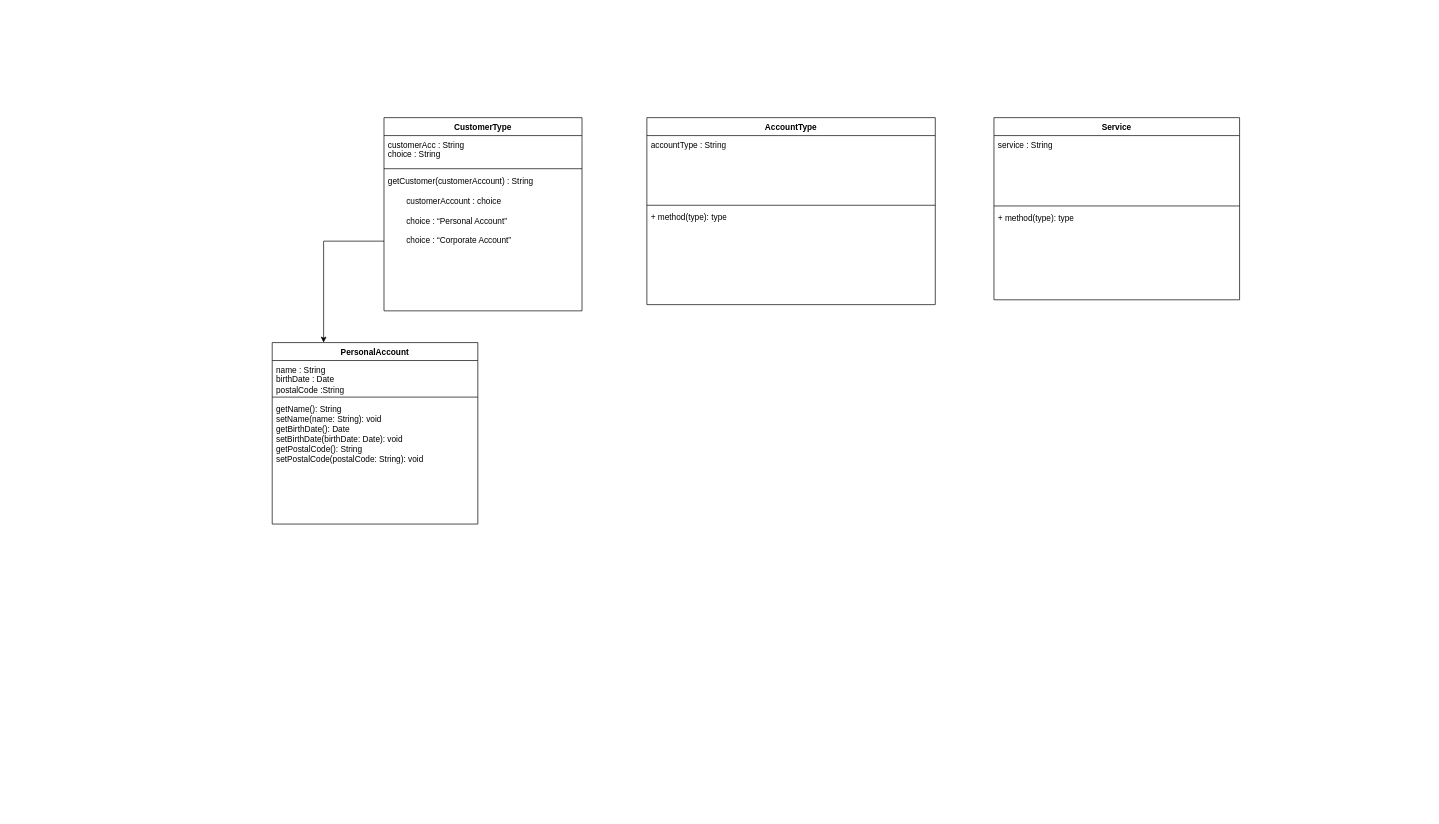
JaredKirsch20/JaredsICSAssignment3 keeps this draw.io diagram as KirschJA3.drawio. Above is the earlier version. Source tidied: cells renumbered, new cells numbered last; positions are measured from the earlier drawing's top-left corner, leaving out a move shared by most shapes. Both pictures are drawn from the tidied source at 69%, with x=0, y=0 at pixel (272, 117).
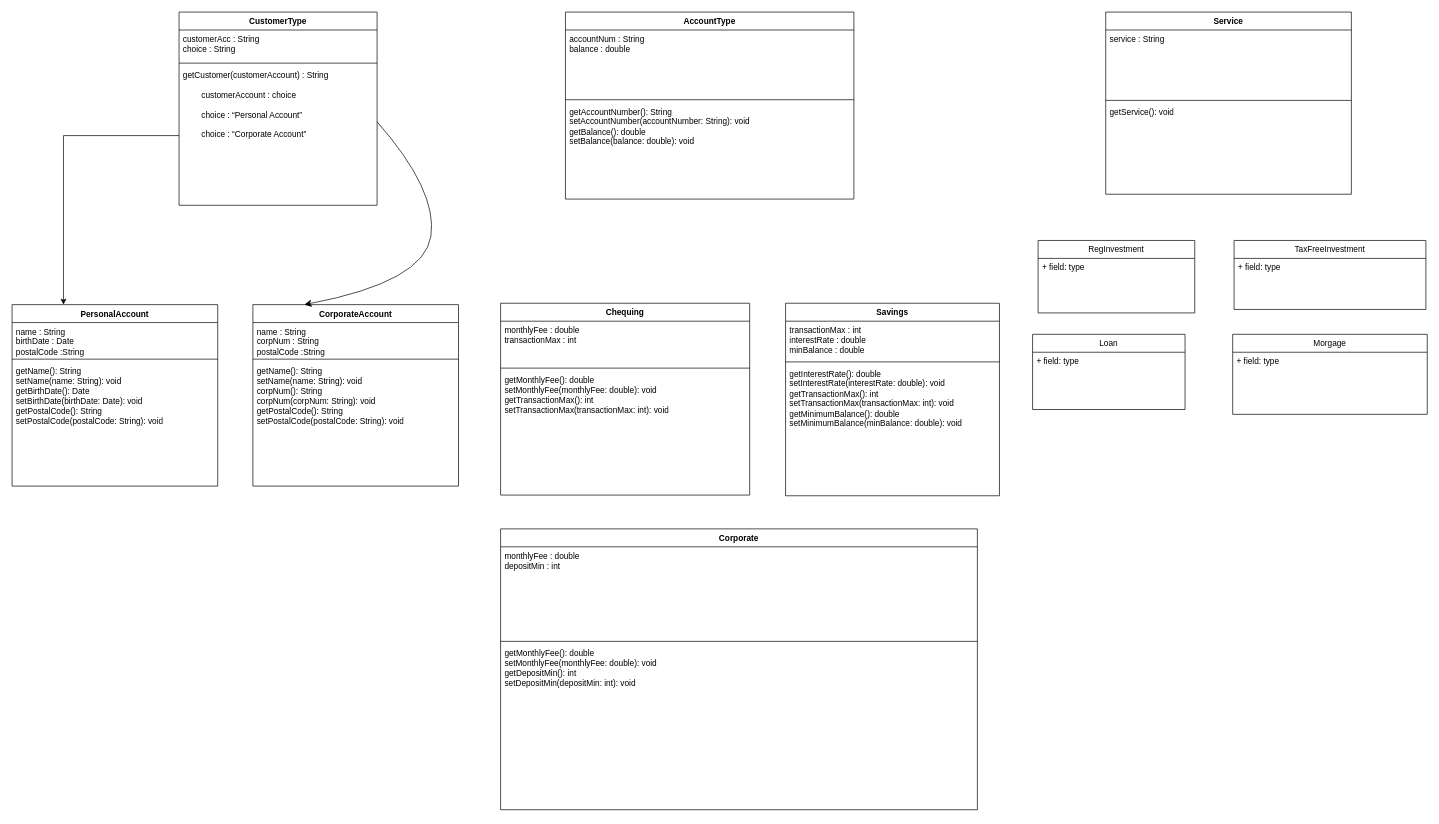
After the change.

The change refers to these unchanged cells:
```xml
<mxCell id="5" value="getCustomer(customerAccount) : String&lt;div&gt;&lt;br&gt;&lt;/div&gt;&lt;div&gt;&lt;span style=&quot;white-space: pre;&quot;&gt;&#9;&lt;/span&gt;customerAccount : choice&lt;/div&gt;&lt;div&gt;&lt;span style=&quot;white-space: pre;&quot;&gt;&#9;&lt;/span&gt;&lt;br&gt;&lt;/div&gt;&lt;div&gt;&lt;span style=&quot;white-space: pre;&quot;&gt;&#9;choice : “Personal Account”&lt;/span&gt;&lt;br&gt;&lt;/div&gt;&lt;div&gt;&lt;span style=&quot;white-space: pre;&quot;&gt;&lt;span style=&quot;white-space: pre;&quot;&gt;&#9;&lt;/span&gt;&lt;br&gt;&lt;/span&gt;&lt;/div&gt;&lt;div&gt;&lt;span style=&quot;white-space: pre;&quot;&gt;&lt;span style=&quot;white-space: pre;&quot;&gt;&#9;choice : “Corporate Account”&lt;/span&gt;&lt;/span&gt;&lt;/div&gt;&lt;div&gt;&lt;br&gt;&lt;/div&gt;&lt;div&gt;&lt;br&gt;&lt;/div&gt;" style="text;strokeColor=none;fillColor=none;align=left;verticalAlign=top;spacingLeft=4;spacingRight=4;overflow=hidden;points=[[0,0.5],[1,0.5]];portConstraint=eastwest;whiteSpace=wrap;html=1;" parent="2" vertex="1">
  <mxGeometry y="78" width="287" height="202" as="geometry" />
</mxCell>
```

The edit, as a diff of the source:
```diff
@@
     <mxCell id="2" value="CustomerType" style="swimlane;fontStyle=1;align=center;verticalAlign=top;horizontal=1;startSize=26;whiteSpace=wrap;html=1;" parent="1" vertex="1">
-      <mxGeometry x="162" width="287" height="280" as="geometry" />
+      <mxGeometry x="-135" y="-153" width="287" height="280" as="geometry" />
     </mxCell>
@@
     <mxCell id="6" value="AccountType" style="swimlane;fontStyle=1;align=center;verticalAlign=top;horizontal=1;startSize=26;whiteSpace=wrap;html=1;" parent="1" vertex="1">
-      <mxGeometry x="543" width="418" height="271" as="geometry" />
+      <mxGeometry x="425" y="-153" width="418" height="271" as="geometry" />
     </mxCell>
-    <mxCell id="7" value="accountType : String" style="text;strokeColor=none;fillColor=none;align=left;verticalAlign=top;spacingLeft=4;spacingRight=4;overflow=hidden;whiteSpace=wrap;html=1;" parent="6" vertex="1">
+    <mxCell id="7" value="accountNum : String&lt;div&gt;balance : double&lt;/div&gt;" style="text;strokeColor=none;fillColor=none;align=left;verticalAlign=top;spacingLeft=4;spacingRight=4;overflow=hidden;whiteSpace=wrap;html=1;" parent="6" vertex="1">
       <mxGeometry y="26" width="418" height="97" as="geometry" />
     </mxCell>
@@
-    <mxCell id="9" value="+ method(type): type" style="text;strokeColor=none;fillColor=none;align=left;verticalAlign=top;spacingLeft=4;spacingRight=4;overflow=hidden;whiteSpace=wrap;html=1;" parent="6" vertex="1">
+    <mxCell id="9" value="getAccountNumber(): String&amp;nbsp;&lt;div&gt;setAccountNumber(accountNumber: String): void&amp;nbsp;&lt;/div&gt;&lt;div&gt;getBalance(): double&amp;nbsp;&lt;/div&gt;&lt;div&gt;setBalance(balance: double): void&lt;/div&gt;" style="text;strokeColor=none;fillColor=none;align=left;verticalAlign=top;spacingLeft=4;spacingRight=4;overflow=hidden;whiteSpace=wrap;html=1;" parent="6" vertex="1">
       <mxGeometry y="131" width="418" height="140" as="geometry" />
     </mxCell>
     <mxCell id="10" value="Service" style="swimlane;fontStyle=1;align=center;verticalAlign=top;horizontal=1;startSize=26;whiteSpace=wrap;html=1;" parent="1" vertex="1">
-      <mxGeometry x="1046" width="356" height="264" as="geometry" />
+      <mxGeometry x="1208" y="-153" width="356" height="264" as="geometry" />
     </mxCell>
@@
-    <mxCell id="13" value="+ method(type): type" style="text;strokeColor=none;fillColor=none;align=left;verticalAlign=top;spacingLeft=4;spacingRight=4;overflow=hidden;whiteSpace=wrap;html=1;" parent="10" vertex="1">
+    <mxCell id="13" value="getService(): void" style="text;strokeColor=none;fillColor=none;align=left;verticalAlign=top;spacingLeft=4;spacingRight=4;overflow=hidden;whiteSpace=wrap;html=1;" parent="10" vertex="1">
       <mxGeometry y="132" width="356" height="132" as="geometry" />
     </mxCell>
     <mxCell id="14" value="PersonalAccount" style="swimlane;fontStyle=1;align=center;verticalAlign=top;horizontal=1;startSize=26;whiteSpace=wrap;html=1;" parent="1" vertex="1">
-      <mxGeometry y="326" width="298" height="263" as="geometry" />
+      <mxGeometry x="-377" y="271" width="298" height="263" as="geometry" />
     </mxCell>
@@
+    <mxCell id="19" value="&lt;span style=&quot;text-align: left; white-space: pre;&quot;&gt;CorporateAccount&lt;/span&gt;" style="swimlane;fontStyle=1;align=center;verticalAlign=top;horizontal=1;startSize=26;whiteSpace=wrap;html=1;" parent="1" vertex="1">
+      <mxGeometry x="-28" y="271" width="298" height="263" as="geometry" />
+    </mxCell>
+    <mxCell id="20" value="name : String&lt;div style=&quot;border-color: var(--border-color);&quot;&gt;corpNum : String&lt;/div&gt;&lt;div style=&quot;border-color: var(--border-color);&quot;&gt;postalCode :String&lt;/div&gt;" style="text;strokeColor=none;fillColor=none;align=left;verticalAlign=top;spacingLeft=4;spacingRight=4;overflow=hidden;whiteSpace=wrap;html=1;" parent="19" vertex="1">
+      <mxGeometry y="26" width="298" height="49" as="geometry" />
+    </mxCell>
+    <mxCell id="21" style="line;strokeWidth=1;fillColor=none;align=left;verticalAlign=middle;spacingTop=-1;spacingLeft=3;spacingRight=3;labelPosition=right;strokeColor=inherit;" parent="19" vertex="1">
+      <mxGeometry y="75" width="298" height="8" as="geometry" />
+    </mxCell>
+    <mxCell id="22" value="&lt;div&gt;getName(): String&lt;/div&gt;&lt;div&gt;setName(name: String): void&lt;/div&gt;&lt;div&gt;corpNum(): String&lt;/div&gt;&lt;div&gt;corpNum(corpNum: String): void&lt;/div&gt;&lt;div&gt;getPostalCode(): String&lt;/div&gt;&lt;div&gt;setPostalCode(postalCode: String): void&lt;/div&gt;" style="text;strokeColor=none;fillColor=none;align=left;verticalAlign=top;spacingLeft=4;spacingRight=4;overflow=hidden;whiteSpace=wrap;html=1;" parent="19" vertex="1">
+      <mxGeometry y="83" width="298" height="180" as="geometry" />
+    </mxCell>
+    <mxCell id="23" style="edgeStyle=none;curved=1;rounded=0;jettySize=auto;html=1;entryX=0.25;entryY=0;entryDx=0;entryDy=0;fontSize=12;startSize=8;endSize=8;exitX=1;exitY=0.401;exitDx=0;exitDy=0;exitPerimeter=0;" parent="1" edge="1" source="5" target="19">
+      <mxGeometry relative="1" as="geometry">
+        <Array as="points">
+          <mxPoint x="240" y="106" />
+          <mxPoint x="220" y="238" />
+        </Array>
+      </mxGeometry>
+    </mxCell>
+    <mxCell id="24" value="Savings" style="swimlane;fontStyle=1;align=center;verticalAlign=top;horizontal=1;startSize=26;whiteSpace=wrap;html=1;" parent="1" vertex="1">
+      <mxGeometry x="744" y="269" width="310" height="279" as="geometry" />
+    </mxCell>
+    <mxCell id="25" value="transactionMax : int&lt;div&gt;interestRate : double&lt;/div&gt;&lt;div&gt;minBalance : double&lt;/div&gt;" style="text;strokeColor=none;fillColor=none;align=left;verticalAlign=top;spacingLeft=4;spacingRight=4;overflow=hidden;whiteSpace=wrap;html=1;" parent="24" vertex="1">
+      <mxGeometry y="26" width="310" height="55" as="geometry" />
+    </mxCell>
+    <mxCell id="26" style="line;strokeWidth=1;fillColor=none;align=left;verticalAlign=middle;spacingTop=-1;spacingLeft=3;spacingRight=3;labelPosition=right;strokeColor=inherit;" parent="24" vertex="1">
+      <mxGeometry y="81" width="310" height="8" as="geometry" />
+    </mxCell>
+    <mxCell id="27" value="getInterestRate(): double&amp;nbsp;&lt;div&gt;setInterestRate(interestRate: double): void getTransactionMax(): int setTransactionMax(transactionMax: int): void getMinimumBalance(): double setMinimumBalance(minBalance: double): void&lt;/div&gt;" style="text;strokeColor=none;fillColor=none;align=left;verticalAlign=top;spacingLeft=4;spacingRight=4;overflow=hidden;whiteSpace=wrap;html=1;" parent="24" vertex="1">
+      <mxGeometry y="89" width="310" height="190" as="geometry" />
+    </mxCell>
+    <mxCell id="28" value="Corporate" style="swimlane;fontStyle=1;align=center;verticalAlign=top;horizontal=1;startSize=26;whiteSpace=wrap;html=1;" parent="1" vertex="1">
+      <mxGeometry x="331" y="596" width="691" height="407" as="geometry" />
+    </mxCell>
+    <mxCell id="29" value="monthlyFee : double&lt;div&gt;depositMin : int&lt;/div&gt;" style="text;strokeColor=none;fillColor=none;align=left;verticalAlign=top;spacingLeft=4;spacingRight=4;overflow=hidden;whiteSpace=wrap;html=1;" parent="28" vertex="1">
+      <mxGeometry y="26" width="691" height="133" as="geometry" />
+    </mxCell>
+    <mxCell id="30" style="line;strokeWidth=1;fillColor=none;align=left;verticalAlign=middle;spacingTop=-1;spacingLeft=3;spacingRight=3;labelPosition=right;strokeColor=inherit;" parent="28" vertex="1">
+      <mxGeometry y="159" width="691" height="8" as="geometry" />
+    </mxCell>
+    <mxCell id="31" value="getMonthlyFee(): double&amp;nbsp;&lt;div&gt;setMonthlyFee(monthlyFee: double): void&amp;nbsp;&lt;/div&gt;&lt;div&gt;getDepositMin(): int&amp;nbsp;&lt;/div&gt;&lt;div&gt;setDepositMin(depositMin: int): void&lt;/div&gt;" style="text;strokeColor=none;fillColor=none;align=left;verticalAlign=top;spacingLeft=4;spacingRight=4;overflow=hidden;whiteSpace=wrap;html=1;" parent="28" vertex="1">
+      <mxGeometry y="167" width="691" height="240" as="geometry" />
+    </mxCell>
+    <mxCell id="32" value="RegInvestment" style="swimlane;fontStyle=0;horizontal=1;startSize=26;fillColor=none;whiteSpace=wrap;html=1;" parent="1" vertex="1">
+      <mxGeometry x="1110" y="178" width="227" height="105" as="geometry" />
+    </mxCell>
+    <mxCell id="33" value="+ field: type" style="text;strokeColor=none;fillColor=none;align=left;verticalAlign=top;spacingLeft=4;spacingRight=4;overflow=hidden;whiteSpace=wrap;html=1;" parent="32" vertex="1">
+      <mxGeometry y="26" width="227" height="79" as="geometry" />
+    </mxCell>
+    <mxCell id="34" value="Chequing" style="swimlane;fontStyle=1;align=center;verticalAlign=top;horizontal=1;startSize=26;whiteSpace=wrap;html=1;" parent="1" vertex="1">
+      <mxGeometry x="331" y="269" width="361" height="278" as="geometry" />
+    </mxCell>
+    <mxCell id="35" value="monthlyFee : double&lt;div&gt;transactionMax : int&lt;/div&gt;" style="text;strokeColor=none;fillColor=none;align=left;verticalAlign=top;spacingLeft=4;spacingRight=4;overflow=hidden;whiteSpace=wrap;html=1;" parent="34" vertex="1">
+      <mxGeometry y="26" width="361" height="64" as="geometry" />
+    </mxCell>
+    <mxCell id="36" style="line;strokeWidth=1;fillColor=none;align=left;verticalAlign=middle;spacingTop=-1;spacingLeft=3;spacingRight=3;labelPosition=right;strokeColor=inherit;" parent="34" vertex="1">
+      <mxGeometry y="90" width="361" height="8" as="geometry" />
+    </mxCell>
+    <mxCell id="37" value="getMonthlyFee(): double&amp;nbsp;&lt;div&gt;setMonthlyFee(monthlyFee: double): void&amp;nbsp;&lt;div&gt;getTransactionMax(): int&amp;nbsp;&lt;/div&gt;&lt;div&gt;setTransactionMax(transactionMax: int): void&lt;/div&gt;&lt;/div&gt;" style="text;strokeColor=none;fillColor=none;align=left;verticalAlign=top;spacingLeft=4;spacingRight=4;overflow=hidden;whiteSpace=wrap;html=1;" parent="34" vertex="1">
+      <mxGeometry y="98" width="361" height="180" as="geometry" />
+    </mxCell>
+    <mxCell id="38" value="TaxFreeInvestment" style="swimlane;fontStyle=0;horizontal=1;startSize=26;fillColor=none;whiteSpace=wrap;html=1;" parent="1" vertex="1">
+      <mxGeometry x="1394" y="178" width="278" height="100" as="geometry" />
+    </mxCell>
+    <mxCell id="39" value="+ field: type" style="text;strokeColor=none;fillColor=none;align=left;verticalAlign=top;spacingLeft=4;spacingRight=4;overflow=hidden;whiteSpace=wrap;html=1;" parent="38" vertex="1">
+      <mxGeometry y="26" width="278" height="74" as="geometry" />
+    </mxCell>
+    <mxCell id="40" value="Loan" style="swimlane;fontStyle=0;horizontal=1;startSize=26;fillColor=none;whiteSpace=wrap;html=1;" parent="1" vertex="1">
+      <mxGeometry x="1102" y="314" width="221" height="109" as="geometry" />
+    </mxCell>
+    <mxCell id="41" value="+ field: type" style="text;strokeColor=none;fillColor=none;align=left;verticalAlign=top;spacingLeft=4;spacingRight=4;overflow=hidden;whiteSpace=wrap;html=1;" parent="40" vertex="1">
+      <mxGeometry y="26" width="221" height="83" as="geometry" />
+    </mxCell>
+    <mxCell id="42" value="Morgage" style="swimlane;fontStyle=0;horizontal=1;startSize=26;fillColor=none;whiteSpace=wrap;html=1;" parent="1" vertex="1">
+      <mxGeometry x="1392" y="314" width="282" height="116" as="geometry" />
+    </mxCell>
+    <mxCell id="43" value="+ field: type" style="text;strokeColor=none;fillColor=none;align=left;verticalAlign=top;spacingLeft=4;spacingRight=4;overflow=hidden;whiteSpace=wrap;html=1;" parent="42" vertex="1">
+      <mxGeometry y="26" width="282" height="90" as="geometry" />
+    </mxCell>
```
